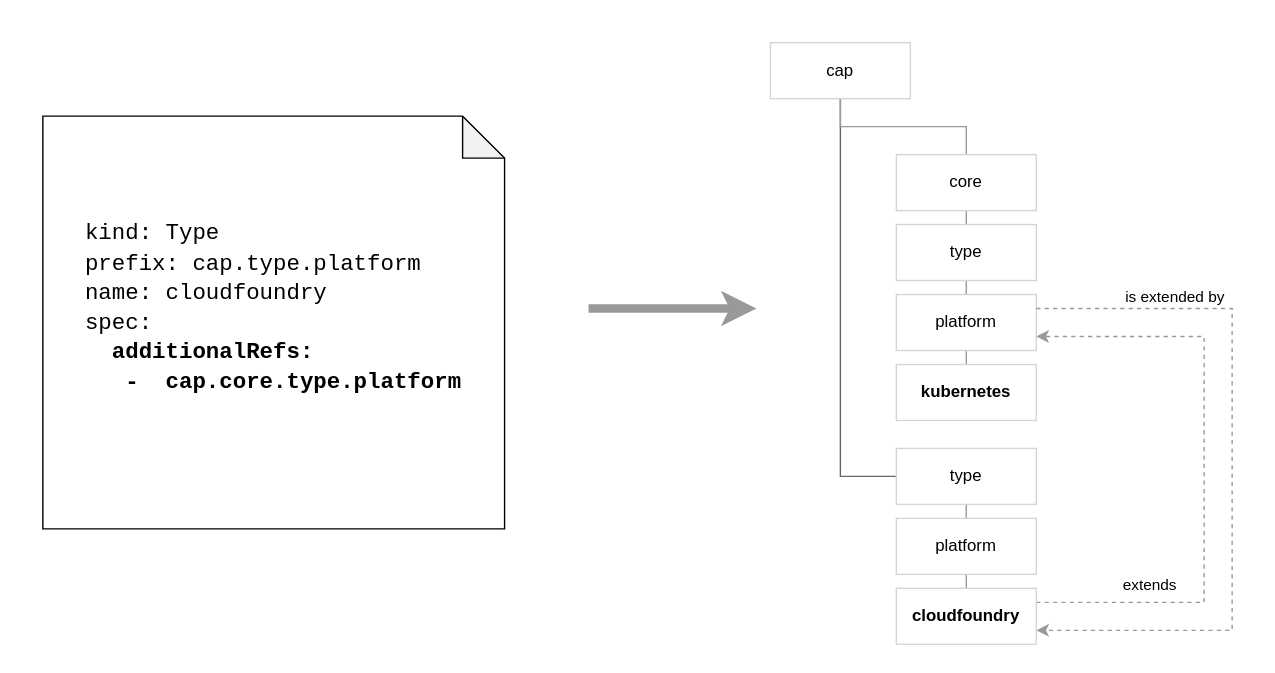
This is docs/assets/type-additional-refs.svg from capactio/capact, a draw.io export, as it was before one commit. Source tidied: cells renumbered, new cells last; positions are measured from the earlier drawing's top-left corner, leaving out a move shared by most shapes.
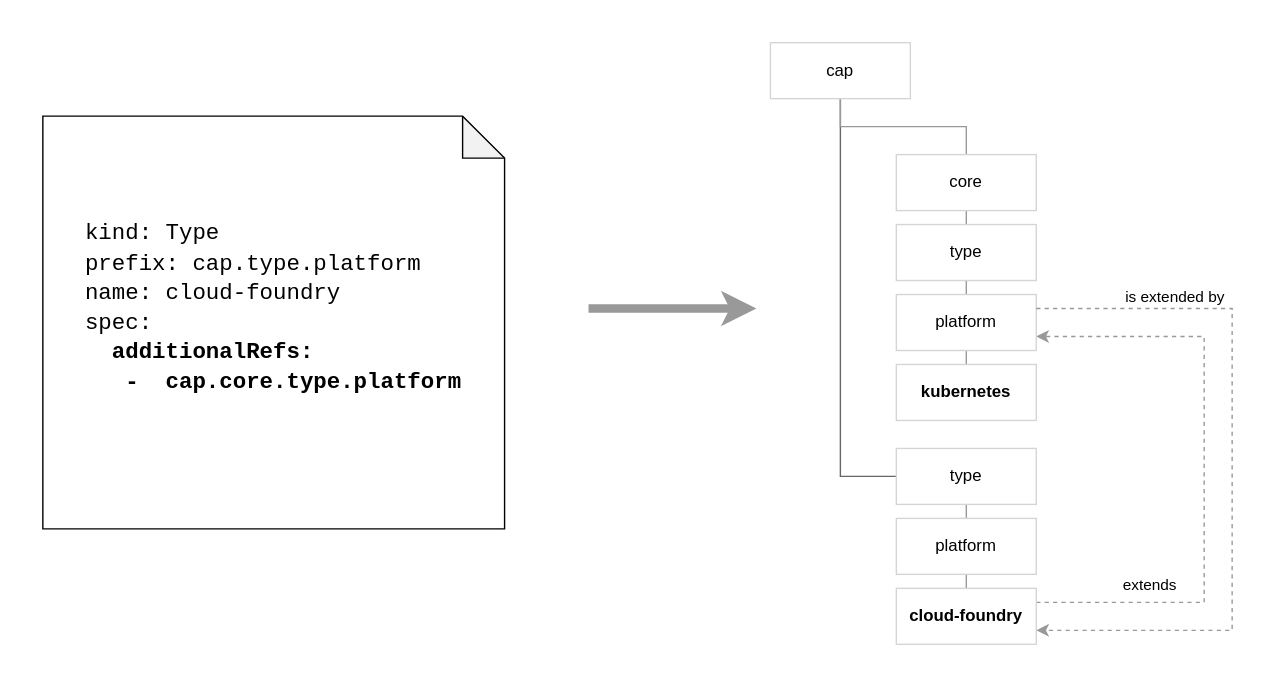
After the change.

What changed in the source:
```diff
@@ -32,7 +32,7 @@
     <mxCell id="7" value="cap" style="rounded=0;whiteSpace=wrap;html=1;strokeColor=#D2D5D9;" parent="1" vertex="1">
       <mxGeometry x="550" y="30" width="100" height="40" as="geometry" />
     </mxCell>
-    <mxCell id="8" value="&lt;p dir=&quot;ltr&quot; style=&quot;text-align: left ; line-height: 1.2 ; margin-top: 0pt ; margin-bottom: 0pt&quot;&gt;&lt;span style=&quot;font-size: 12pt ; background-color: transparent ; vertical-align: baseline&quot;&gt;&lt;font face=&quot;Courier New&quot;&gt;kind: Type&lt;/font&gt;&lt;/span&gt;&lt;/p&gt;&lt;p dir=&quot;ltr&quot; style=&quot;text-align: left ; line-height: 1.2 ; margin-top: 0pt ; margin-bottom: 0pt&quot;&gt;&lt;span style=&quot;font-size: 12pt ; background-color: transparent ; vertical-align: baseline&quot;&gt;&lt;font face=&quot;Courier New&quot;&gt;prefix: cap.type.platform&lt;/font&gt;&lt;/span&gt;&lt;/p&gt;&lt;p dir=&quot;ltr&quot; style=&quot;text-align: left ; line-height: 1.2 ; margin-top: 0pt ; margin-bottom: 0pt&quot;&gt;&lt;span style=&quot;font-size: 12pt ; background-color: transparent ; vertical-align: baseline&quot;&gt;&lt;font face=&quot;Courier New&quot;&gt;name: cloudfoundry&lt;/font&gt;&lt;/span&gt;&lt;/p&gt;&lt;p dir=&quot;ltr&quot; style=&quot;text-align: left ; line-height: 1.2 ; margin-top: 0pt ; margin-bottom: 0pt&quot;&gt;&lt;span style=&quot;font-size: 12pt ; background-color: transparent ; vertical-align: baseline&quot;&gt;&lt;font face=&quot;Courier New&quot;&gt;spec:&lt;/font&gt;&lt;/span&gt;&lt;/p&gt;&lt;p dir=&quot;ltr&quot; style=&quot;text-align: left ; line-height: 1.2 ; margin-top: 0pt ; margin-bottom: 0pt&quot;&gt;&lt;span style=&quot;font-size: 12pt ; background-color: transparent ; vertical-align: baseline&quot;&gt;&lt;font face=&quot;Courier New&quot;&gt;&amp;nbsp;&amp;nbsp;&lt;b&gt;additionalRefs:&lt;/b&gt;&lt;/font&gt;&lt;/span&gt;&lt;/p&gt;&lt;p dir=&quot;ltr&quot; style=&quot;text-align: left ; line-height: 1.2 ; margin-top: 0pt ; margin-bottom: 0pt&quot;&gt;&lt;span style=&quot;font-size: 12pt ; background-color: transparent ; vertical-align: baseline&quot;&gt;&lt;font face=&quot;Courier New&quot;&gt;&lt;b&gt;&amp;nbsp;&amp;nbsp;&amp;nbsp;-&amp;nbsp; cap.core.type.platform&lt;/b&gt;&lt;/font&gt;&lt;/span&gt;&lt;/p&gt;&lt;div&gt;&lt;span style=&quot;font-size: 12pt ; background-color: transparent ; vertical-align: baseline&quot;&gt;&lt;font face=&quot;Courier New&quot;&gt;&lt;br&gt;&lt;/font&gt;&lt;/span&gt;&lt;/div&gt;" style="shape=note;whiteSpace=wrap;html=1;backgroundOutline=1;darkOpacity=0.05;" parent="1" vertex="1">
+    <mxCell id="8" value="&lt;p dir=&quot;ltr&quot; style=&quot;text-align: left ; line-height: 1.2 ; margin-top: 0pt ; margin-bottom: 0pt&quot;&gt;&lt;span style=&quot;font-size: 12pt ; background-color: transparent ; vertical-align: baseline&quot;&gt;&lt;font face=&quot;Courier New&quot;&gt;kind: Type&lt;/font&gt;&lt;/span&gt;&lt;/p&gt;&lt;p dir=&quot;ltr&quot; style=&quot;text-align: left ; line-height: 1.2 ; margin-top: 0pt ; margin-bottom: 0pt&quot;&gt;&lt;span style=&quot;font-size: 12pt ; background-color: transparent ; vertical-align: baseline&quot;&gt;&lt;font face=&quot;Courier New&quot;&gt;prefix: cap.type.platform&lt;/font&gt;&lt;/span&gt;&lt;/p&gt;&lt;p dir=&quot;ltr&quot; style=&quot;text-align: left ; line-height: 1.2 ; margin-top: 0pt ; margin-bottom: 0pt&quot;&gt;&lt;span style=&quot;font-size: 12pt ; background-color: transparent ; vertical-align: baseline&quot;&gt;&lt;font face=&quot;Courier New&quot;&gt;name: cloud-foundry&lt;/font&gt;&lt;/span&gt;&lt;/p&gt;&lt;p dir=&quot;ltr&quot; style=&quot;text-align: left ; line-height: 1.2 ; margin-top: 0pt ; margin-bottom: 0pt&quot;&gt;&lt;span style=&quot;font-size: 12pt ; background-color: transparent ; vertical-align: baseline&quot;&gt;&lt;font face=&quot;Courier New&quot;&gt;spec:&lt;/font&gt;&lt;/span&gt;&lt;/p&gt;&lt;p dir=&quot;ltr&quot; style=&quot;text-align: left ; line-height: 1.2 ; margin-top: 0pt ; margin-bottom: 0pt&quot;&gt;&lt;span style=&quot;font-size: 12pt ; background-color: transparent ; vertical-align: baseline&quot;&gt;&lt;font face=&quot;Courier New&quot;&gt;&amp;nbsp;&amp;nbsp;&lt;b&gt;additionalRefs:&lt;/b&gt;&lt;/font&gt;&lt;/span&gt;&lt;/p&gt;&lt;p dir=&quot;ltr&quot; style=&quot;text-align: left ; line-height: 1.2 ; margin-top: 0pt ; margin-bottom: 0pt&quot;&gt;&lt;span style=&quot;font-size: 12pt ; background-color: transparent ; vertical-align: baseline&quot;&gt;&lt;font face=&quot;Courier New&quot;&gt;&lt;b&gt;&amp;nbsp;&amp;nbsp;&amp;nbsp;-&amp;nbsp; cap.core.type.platform&lt;/b&gt;&lt;/font&gt;&lt;/span&gt;&lt;/p&gt;&lt;div&gt;&lt;span style=&quot;font-size: 12pt ; background-color: transparent ; vertical-align: baseline&quot;&gt;&lt;font face=&quot;Courier New&quot;&gt;&lt;br&gt;&lt;/font&gt;&lt;/span&gt;&lt;/div&gt;" style="shape=note;whiteSpace=wrap;html=1;backgroundOutline=1;darkOpacity=0.05;" parent="1" vertex="1">
       <mxGeometry x="30" y="82.5" width="330" height="295" as="geometry" />
     </mxCell>
     <mxCell id="9" style="edgeStyle=orthogonalEdgeStyle;rounded=0;orthogonalLoop=1;jettySize=auto;html=1;strokeColor=#999999;strokeWidth=6;" parent="1" edge="1">
@@ -74,7 +74,7 @@
     <mxCell id="20" value="platform" style="rounded=0;whiteSpace=wrap;html=1;strokeColor=#D2D5D9;" parent="1" vertex="1">
       <mxGeometry x="640" y="370" width="100" height="40" as="geometry" />
     </mxCell>
-    <mxCell id="21" value="cloudfoundry" style="rounded=0;whiteSpace=wrap;html=1;strokeColor=#D2D5D9;fontStyle=1;" parent="1" vertex="1">
+    <mxCell id="21" value="cloud-foundry" style="rounded=0;whiteSpace=wrap;html=1;strokeColor=#D2D5D9;fontStyle=1;" parent="1" vertex="1">
       <mxGeometry x="640" y="420" width="100" height="40" as="geometry" />
     </mxCell>
     <mxCell id="22" style="edgeStyle=orthogonalEdgeStyle;rounded=0;jettySize=auto;html=1;exitX=1;exitY=0.25;exitDx=0;exitDy=0;entryX=1;entryY=0.75;entryDx=0;entryDy=0;strokeColor=#999999;dashed=1;" parent="1" edge="1" source="15" target="21">
```
